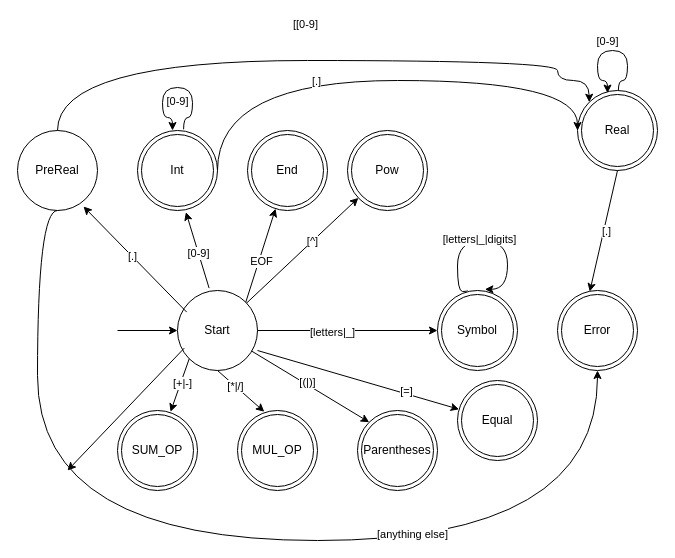
Before: doc/NFA.drawio in Raffaello/symbols, a draw.io diagram. Source tidied: cells renumbered, new cells numbered last; positions are measured from the earlier drawing's top-left corner, leaving out a move shared by most shapes. Both pictures are drawn from the tidied source at 100%, with x=0, y=0 at pixel (17, 50).
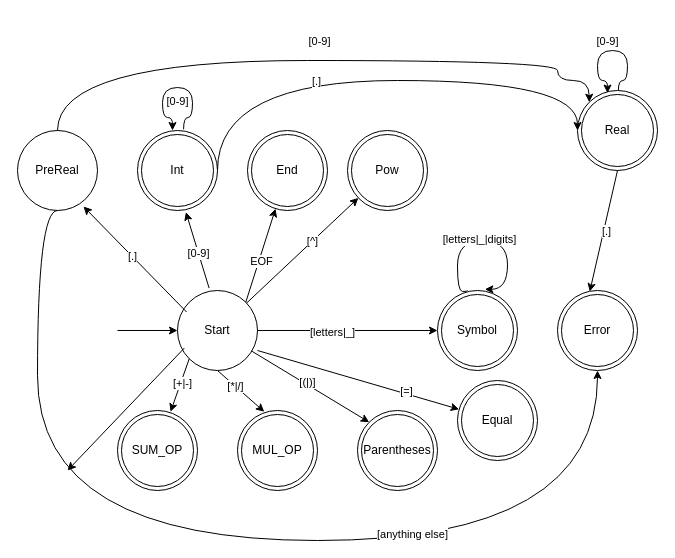
The same page after the edit.

The change refers to these unchanged cells:
```xml
<mxCell id="32" style="endArrow=classic;html=1;rounded=0;exitX=0.5;exitY=0;exitDx=0;exitDy=0;edgeStyle=orthogonalEdgeStyle;curved=1;entryX=0;entryY=0;entryDx=0;entryDy=0;" parent="1" edge="1" source="29" target="2">
  <mxGeometry relative="1" as="geometry">
    <Array as="points">
      <mxPoint x="40" y="10" />
      <mxPoint x="540" y="10" />
      <mxPoint x="540" y="30" />
      <mxPoint x="572" y="30" />
    </Array>
  </mxGeometry>
</mxCell>
```

What changed in the source:
```diff
@@
-    <mxCell id="33" value="[[0-9&lt;span style=&quot;background-color: light-dark(#ffffff, var(--ge-dark-color, #121212)); color: light-dark(rgb(0, 0, 0), rgb(255, 255, 255));&quot;&gt;]&lt;/span&gt;" style="edgeLabel;html=1;align=center;verticalAlign=middle;" parent="32" vertex="1">
+    <mxCell id="33" value="[0-9&lt;span style=&quot;background-color: light-dark(#ffffff, var(--ge-dark-color, #121212)); color: light-dark(rgb(0, 0, 0), rgb(255, 255, 255));&quot;&gt;]&lt;/span&gt;" style="edgeLabel;html=1;align=center;verticalAlign=middle;" parent="32" vertex="1">
       <mxGeometry x="0.39" relative="1" as="geometry">
-        <mxPoint x="-130" y="-37" as="offset" />
+        <mxPoint x="-116" y="-20" as="offset" />
       </mxGeometry>
     </mxCell>
```
